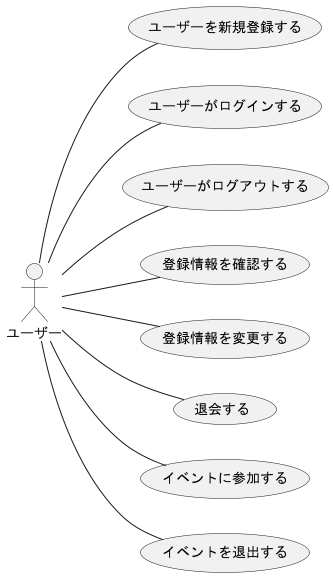
ksw2270227/GroupF keeps this PlantUML diagram as out/F_usecase_user1/user_usecase(1).png. Above is the earlier version.
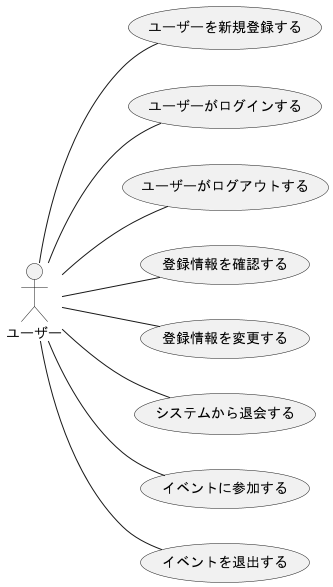
The same file after the commit.

Change to the diagram source:
```diff
@@ -8,7 +8,7 @@
 ユーザー -- (ユーザーがログアウトする)
 ユーザー -- (登録情報を確認する)
 ユーザー -- (登録情報を変更する)
-ユーザー -- (退会する)
+ユーザー -- (システムから退会する)
 ユーザー -- (イベントに参加する)
 ユーザー -- (イベントを退出する)
 
```
